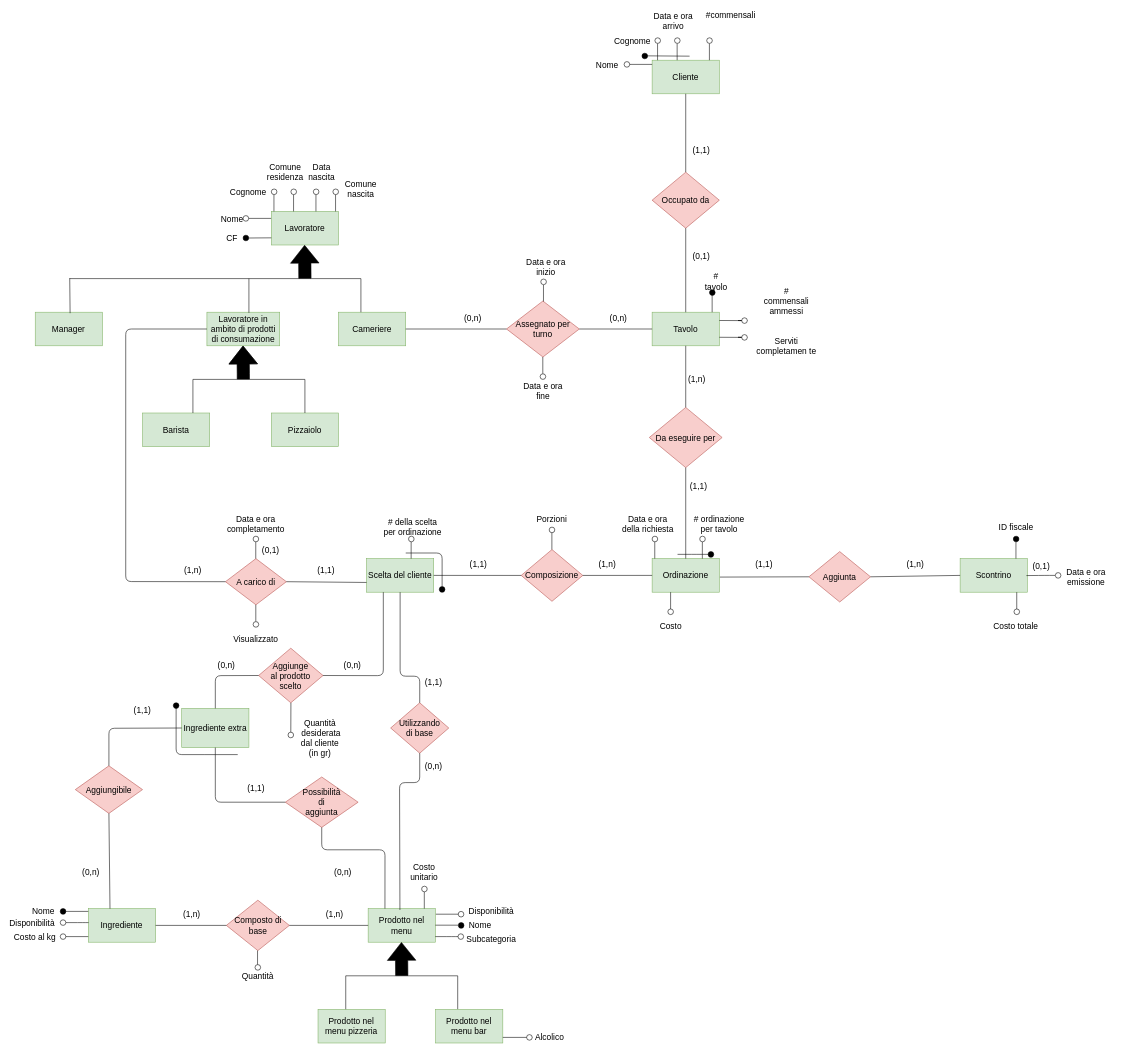
Earlier version of the draw.io diagram ERD/ERD_EditableDiagram.drawio (StefanoBelli/pizzeria). Source tidied: cells renumbered, new cells numbered last; positions are measured from the earlier drawing's top-left corner, leaving out a move shared by most shapes. Both pictures are drawn from the tidied source at 56%, with x=0, y=0 at pixel (10, 10).
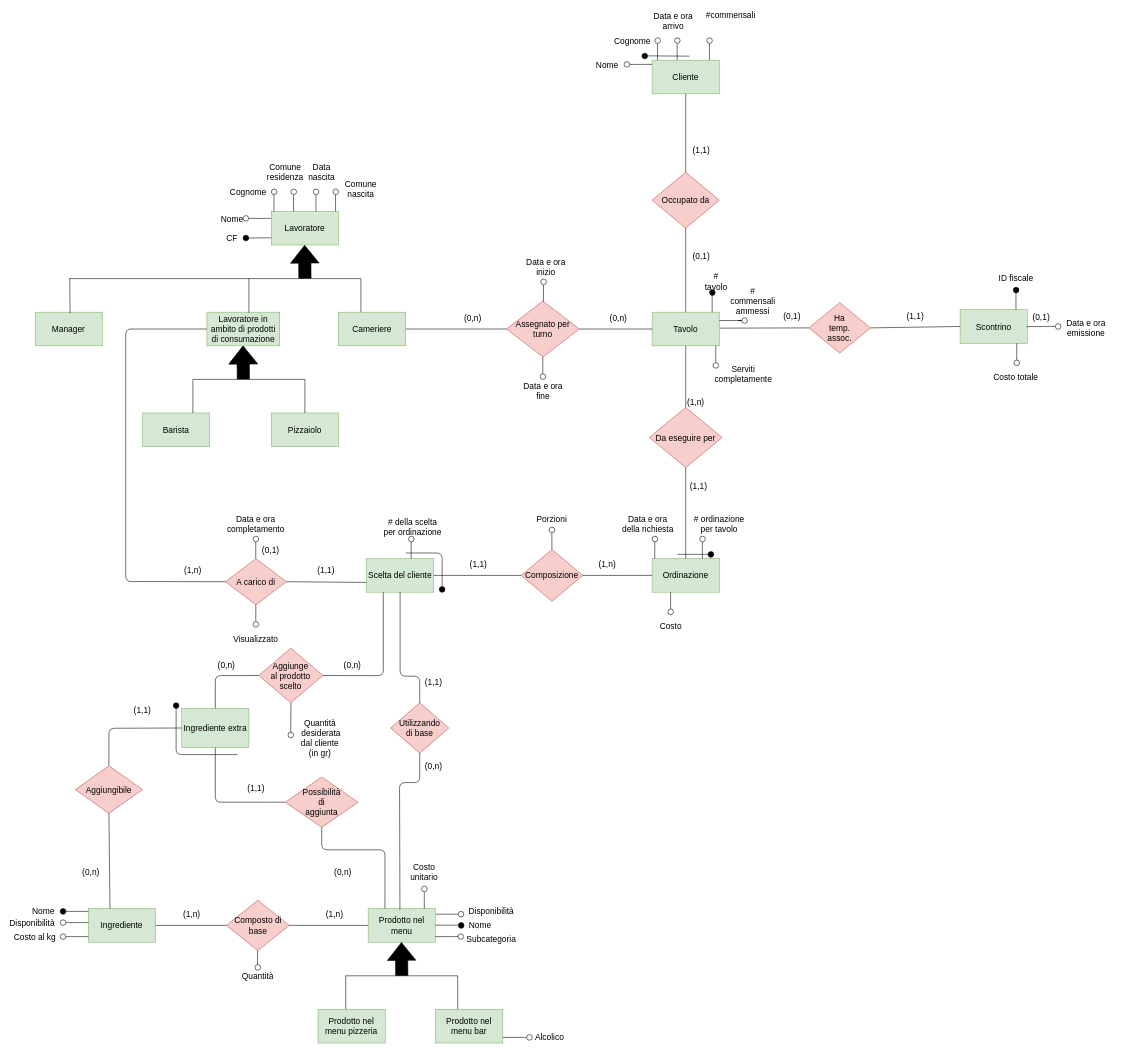
Above is the later version.

The edit, as a diff of the source:
```diff
@@
-    <mxCell id="25" value="&lt;div style=&quot;font-size: 15px;&quot;&gt;Aggiunta&lt;/div&gt;" style="rhombus;whiteSpace=wrap;html=1;fontSize=15;fillColor=#f8cecc;strokeColor=#b85450;" parent="1" vertex="1">
-      <mxGeometry x="1427" y="967.5" width="110" height="90" as="geometry" />
-    </mxCell>
-    <mxCell id="26" value="Scontrino" style="rounded=0;whiteSpace=wrap;html=1;strokeWidth=1;fontSize=15;fillColor=#d5e8d4;strokeColor=#82b366;" parent="1" vertex="1">
-      <mxGeometry x="1697" y="980" width="120" height="60" as="geometry" />
-    </mxCell>
-    <mxCell id="27" style="endArrow=none;html=1;fillColor=#000000;entryX=0;entryY=0.5;entryDx=0;entryDy=0;fontSize=15;" parent="1" edge="1" target="25">
-      <mxGeometry relative="1" as="geometry">
-        <mxPoint x="1268" y="1013" as="sourcePoint" />
-      </mxGeometry>
-    </mxCell>
@@
     <mxCell id="87" value="# commensali ammessi" style="text;html=1;strokeColor=none;fillColor=none;align=center;verticalAlign=middle;whiteSpace=wrap;rounded=0;fontSize=15;" parent="1" vertex="1">
-      <mxGeometry x="1367" y="510" width="40" height="20" as="geometry" />
+      <mxGeometry x="1307" y="510" width="40" height="20" as="geometry" />
     </mxCell>
@@
-    <mxCell id="133" value="(1,1)" style="text;html=1;strokeColor=none;fillColor=none;align=center;verticalAlign=middle;whiteSpace=wrap;rounded=0;fontSize=15;" parent="1" vertex="1">
-      <mxGeometry x="1327" y="980" width="40" height="20" as="geometry" />
-    </mxCell>
@@
-    <mxCell id="137" value="(1,n)" style="text;html=1;strokeColor=none;fillColor=none;align=center;verticalAlign=middle;whiteSpace=wrap;rounded=0;fontSize=15;" parent="1" vertex="1">
-      <mxGeometry x="1597" y="980" width="40" height="20" as="geometry" />
-    </mxCell>
     <mxCell id="138" value="(1,n)" style="text;html=1;strokeColor=none;fillColor=none;align=center;verticalAlign=middle;whiteSpace=wrap;rounded=0;fontSize=15;" parent="1" vertex="1">
-      <mxGeometry x="1207" y="650" width="40" height="20" as="geometry" />
+      <mxGeometry x="1204.5" y="690" width="40" height="20" as="geometry" />
     </mxCell>
@@
-    <mxCell id="149" style="endArrow=none;html=1;exitX=1;exitY=0.5;exitDx=0;exitDy=0;entryX=0;entryY=0.5;entryDx=0;entryDy=0;" parent="1" edge="1" source="25" target="26">
-      <mxGeometry relative="1" as="geometry" />
-    </mxCell>
-    <mxCell id="150" style="endArrow=none;html=1;fillColor=#000000;fontSize=15;" parent="1" edge="1">
-      <mxGeometry relative="1" as="geometry">
-        <mxPoint x="1796.7" y="980" as="sourcePoint" />
-        <mxPoint x="1796.7" y="950" as="targetPoint" />
-      </mxGeometry>
-    </mxCell>
-    <mxCell id="151" style="ellipse;whiteSpace=wrap;html=1;fillColor=#000000;fontSize=15;" parent="1" vertex="1">
-      <mxGeometry x="1792" y="940" width="10" height="10" as="geometry" />
-    </mxCell>
-    <mxCell id="152" value="ID fiscale" style="text;html=1;strokeColor=none;fillColor=none;align=center;verticalAlign=middle;whiteSpace=wrap;rounded=0;fontSize=15;" parent="1" vertex="1">
-      <mxGeometry x="1757" y="913.8" width="80" height="20" as="geometry" />
-    </mxCell>
@@
-    <mxCell id="180" style="endArrow=none;html=1;fillColor=#000000;fontSize=15;" parent="1" edge="1">
-      <mxGeometry relative="1" as="geometry">
-        <mxPoint x="1798.1" y="1070" as="sourcePoint" />
-        <mxPoint x="1798.1" y="1040" as="targetPoint" />
-      </mxGeometry>
-    </mxCell>
-    <mxCell id="181" style="ellipse;whiteSpace=wrap;html=1;fontSize=15;" parent="1" vertex="1">
-      <mxGeometry x="1793.2" y="1070" width="10" height="10" as="geometry" />
-    </mxCell>
-    <mxCell id="182" value="Costo totale" style="text;html=1;strokeColor=none;fillColor=none;align=center;verticalAlign=middle;whiteSpace=wrap;rounded=0;fontSize=15;" parent="1" vertex="1">
-      <mxGeometry x="1754.5" y="1090" width="82.5" height="20" as="geometry" />
-    </mxCell>
@@
-    <mxCell id="187" value="&lt;font style=&quot;font-size: 15px&quot;&gt;Serviti completamen te&lt;/font&gt;" style="text;html=1;strokeColor=none;fillColor=none;align=center;verticalAlign=middle;whiteSpace=wrap;rounded=0;" parent="1" vertex="1">
-      <mxGeometry x="1332" y="590" width="110" height="20" as="geometry" />
+    <mxCell id="187" value="&lt;font style=&quot;font-size: 15px&quot;&gt;Serviti completamente&lt;/font&gt;" style="text;html=1;strokeColor=none;fillColor=none;align=center;verticalAlign=middle;whiteSpace=wrap;rounded=0;" parent="1" vertex="1">
+      <mxGeometry x="1254.5" y="640" width="110" height="20" as="geometry" />
     </mxCell>
@@
-    <mxCell id="197" style="endArrow=none;html=1;fillColor=#000000;fontSize=15;entryX=0.987;entryY=0.505;entryDx=0;entryDy=0;entryPerimeter=0;" parent="1" edge="1" target="26">
-      <mxGeometry relative="1" as="geometry">
-        <mxPoint x="1867" y="1010" as="sourcePoint" />
-        <Array as="points">
-          <mxPoint x="1847" y="1010" />
-        </Array>
-      </mxGeometry>
-    </mxCell>
-    <mxCell id="198" style="ellipse;whiteSpace=wrap;html=1;fontSize=15;" parent="1" vertex="1">
-      <mxGeometry x="1867" y="1005" width="10" height="10" as="geometry" />
-    </mxCell>
+    <mxCell id="204" value="&lt;font style=&quot;font-size: 15px&quot;&gt;Manager&lt;/font&gt;" style="rounded=0;whiteSpace=wrap;html=1;fillColor=#d5e8d4;strokeColor=#82b366;" parent="1" vertex="1">
+      <mxGeometry x="45.4" y="540" width="120" height="60" as="geometry" />
+    </mxCell>
+    <mxCell id="205" style="endArrow=none;html=1;fillColor=#000000;fontSize=15;exitX=0.519;exitY=0.029;exitDx=0;exitDy=0;exitPerimeter=0;" parent="1" edge="1" source="204">
+      <mxGeometry relative="1" as="geometry">
+        <mxPoint x="107" y="479" as="targetPoint" />
+      </mxGeometry>
+    </mxCell>
+    <mxCell id="206" value="Ha&lt;br&gt;temp.&lt;br&gt;assoc." style="rhombus;whiteSpace=wrap;html=1;fontSize=15;fillColor=#f8cecc;strokeColor=#b85450;" parent="1" vertex="1">
+      <mxGeometry x="1427" y="523" width="110" height="90" as="geometry" />
+    </mxCell>
+    <mxCell id="26" value="Scontrino" style="rounded=0;whiteSpace=wrap;html=1;strokeWidth=1;fontSize=15;fillColor=#d5e8d4;strokeColor=#82b366;" parent="1" vertex="1">
+      <mxGeometry x="1697" y="535.5" width="120" height="60" as="geometry" />
+    </mxCell>
+    <mxCell id="207" style="endArrow=none;html=1;fillColor=#000000;entryX=0;entryY=0.5;entryDx=0;entryDy=0;fontSize=15;" parent="1" edge="1" target="206">
+      <mxGeometry relative="1" as="geometry">
+        <mxPoint x="1268" y="568.5" as="sourcePoint" />
+      </mxGeometry>
+    </mxCell>
+    <mxCell id="208" value="(0,1)" style="text;html=1;strokeColor=none;fillColor=none;align=center;verticalAlign=middle;whiteSpace=wrap;rounded=0;fontSize=15;" parent="1" vertex="1">
+      <mxGeometry x="1377" y="535.5" width="40" height="20" as="geometry" />
+    </mxCell>
+    <mxCell id="133" value="(1,1)" style="text;html=1;strokeColor=none;fillColor=none;align=center;verticalAlign=middle;whiteSpace=wrap;rounded=0;fontSize=15;" parent="1" vertex="1">
+      <mxGeometry x="1597" y="535.5" width="40" height="20" as="geometry" />
+    </mxCell>
+    <mxCell id="209" style="endArrow=none;html=1;exitX=1;exitY=0.5;exitDx=0;exitDy=0;entryX=0;entryY=0.5;entryDx=0;entryDy=0;" parent="1" edge="1" source="206" target="26">
+      <mxGeometry relative="1" as="geometry" />
+    </mxCell>
+    <mxCell id="210" style="endArrow=none;html=1;fillColor=#000000;fontSize=15;" parent="1" edge="1">
+      <mxGeometry relative="1" as="geometry">
+        <mxPoint x="1796.7" y="535.5" as="sourcePoint" />
+        <mxPoint x="1796.7" y="505.5" as="targetPoint" />
+      </mxGeometry>
+    </mxCell>
+    <mxCell id="211" style="ellipse;whiteSpace=wrap;html=1;fillColor=#000000;fontSize=15;" parent="1" vertex="1">
+      <mxGeometry x="1792" y="495.5" width="10" height="10" as="geometry" />
+    </mxCell>
+    <mxCell id="152" value="ID fiscale" style="text;html=1;strokeColor=none;fillColor=none;align=center;verticalAlign=middle;whiteSpace=wrap;rounded=0;fontSize=15;" parent="1" vertex="1">
+      <mxGeometry x="1757" y="469.2" width="80" height="20" as="geometry" />
+    </mxCell>
+    <mxCell id="212" style="endArrow=none;html=1;fillColor=#000000;fontSize=15;" parent="1" edge="1">
+      <mxGeometry relative="1" as="geometry">
+        <mxPoint x="1798.1" y="625.5" as="sourcePoint" />
+        <mxPoint x="1798.1" y="595.5" as="targetPoint" />
+      </mxGeometry>
+    </mxCell>
+    <mxCell id="213" style="ellipse;whiteSpace=wrap;html=1;fontSize=15;" parent="1" vertex="1">
+      <mxGeometry x="1793.2" y="625.5" width="10" height="10" as="geometry" />
+    </mxCell>
+    <mxCell id="182" value="Costo totale" style="text;html=1;strokeColor=none;fillColor=none;align=center;verticalAlign=middle;whiteSpace=wrap;rounded=0;fontSize=15;" parent="1" vertex="1">
+      <mxGeometry x="1754.5" y="645.5" width="82.5" height="20" as="geometry" />
+    </mxCell>
+    <mxCell id="214" style="endArrow=none;html=1;fillColor=#000000;fontSize=15;entryX=0.987;entryY=0.505;entryDx=0;entryDy=0;entryPerimeter=0;" parent="1" edge="1" target="26">
+      <mxGeometry relative="1" as="geometry">
+        <mxPoint x="1867" y="565.5" as="sourcePoint" />
+        <Array as="points">
+          <mxPoint x="1847" y="565.5" />
+        </Array>
+      </mxGeometry>
+    </mxCell>
+    <mxCell id="215" style="ellipse;whiteSpace=wrap;html=1;fontSize=15;" parent="1" vertex="1">
+      <mxGeometry x="1867" y="560.5" width="10" height="10" as="geometry" />
+    </mxCell>
     <mxCell id="199" value="&lt;div style=&quot;font-size: 15px;&quot;&gt;Data e ora emissione&lt;/div&gt;" style="text;html=1;strokeColor=none;fillColor=none;align=center;verticalAlign=middle;whiteSpace=wrap;rounded=0;fontSize=15;" parent="1" vertex="1">
-      <mxGeometry x="1877" y="1002.5" width="90" height="20" as="geometry" />
+      <mxGeometry x="1877" y="558" width="90" height="20" as="geometry" />
     </mxCell>
     <mxCell id="200" value="&lt;font style=&quot;font-size: 15px&quot;&gt;(0,1)&lt;/font&gt;" style="text;html=1;strokeColor=none;fillColor=none;align=center;verticalAlign=middle;whiteSpace=wrap;rounded=0;" parent="1" vertex="1">
-      <mxGeometry x="1822" y="982.5" width="40" height="20" as="geometry" />
+      <mxGeometry x="1822" y="538" width="40" height="20" as="geometry" />
     </mxCell>
-    <mxCell id="201" style="endArrow=none;html=1;fillColor=#000000;fontSize=15;" parent="1" edge="1" source="202">
-      <mxGeometry relative="1" as="geometry">
-        <mxPoint x="1317" y="584.8" as="targetPoint" />
-        <Array as="points">
-          <mxPoint x="1297" y="584.8" />
-        </Array>
-      </mxGeometry>
-    </mxCell>
-    <mxCell id="202" style="ellipse;whiteSpace=wrap;html=1;fontSize=15;" parent="1" vertex="1">
-      <mxGeometry x="1307" y="580" width="10" height="10" as="geometry" />
-    </mxCell>
-    <mxCell id="203" style="endArrow=none;html=1;fillColor=#000000;fontSize=15;" parent="1" edge="1" target="202">
-      <mxGeometry relative="1" as="geometry">
-        <mxPoint x="1267" y="584.8" as="sourcePoint" />
-      </mxGeometry>
-    </mxCell>
-    <mxCell id="204" value="&lt;font style=&quot;font-size: 15px&quot;&gt;Manager&lt;/font&gt;" style="rounded=0;whiteSpace=wrap;html=1;fillColor=#d5e8d4;strokeColor=#82b366;" parent="1" vertex="1">
-      <mxGeometry x="45.4" y="540" width="120" height="60" as="geometry" />
-    </mxCell>
-    <mxCell id="205" style="endArrow=none;html=1;fillColor=#000000;fontSize=15;exitX=0.519;exitY=0.029;exitDx=0;exitDy=0;exitPerimeter=0;" parent="1" edge="1" source="204">
-      <mxGeometry relative="1" as="geometry">
-        <mxPoint x="107" y="479" as="targetPoint" />
-      </mxGeometry>
-    </mxCell>
+    <mxCell id="216" style="endArrow=none;html=1;fillColor=#000000;fontSize=15;" parent="1" edge="1">
+      <mxGeometry relative="1" as="geometry">
+        <mxPoint x="1260.6" y="630" as="sourcePoint" />
+        <mxPoint x="1260.6" y="600" as="targetPoint" />
+      </mxGeometry>
+    </mxCell>
+    <mxCell id="217" style="ellipse;whiteSpace=wrap;html=1;fontSize=15;" parent="1" vertex="1">
+      <mxGeometry x="1255.8" y="630" width="10" height="10" as="geometry" />
+    </mxCell>
```
